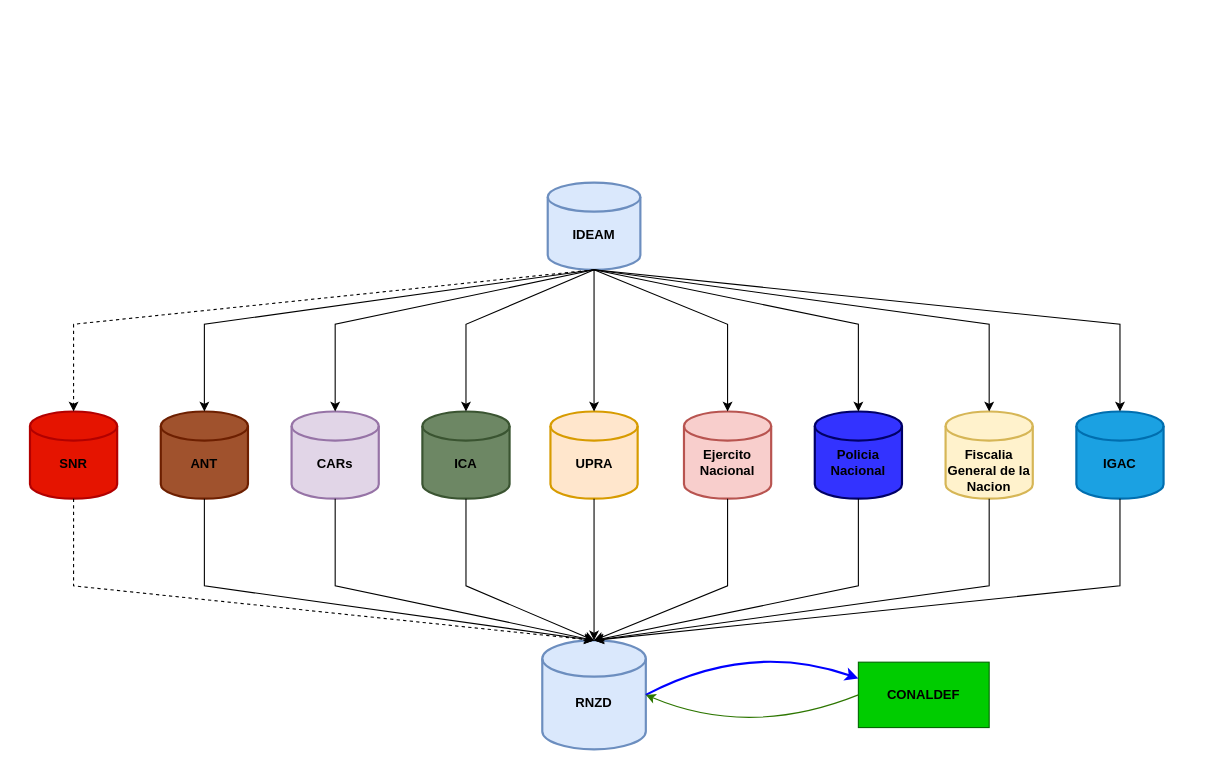
Before: page "Fuentes-Informacion-RNZD" (1 of 2) of Data-flow.drawio in jcmartinmu/bayes_cluster, a draw.io diagram. Source tidied: cells renumbered, new cells numbered last; positions are measured from the earlier drawing's top-left corner, leaving out a move shared by most shapes. Both pictures are drawn from the tidied source at 109%, with x=0, y=0 at pixel (29, 182).
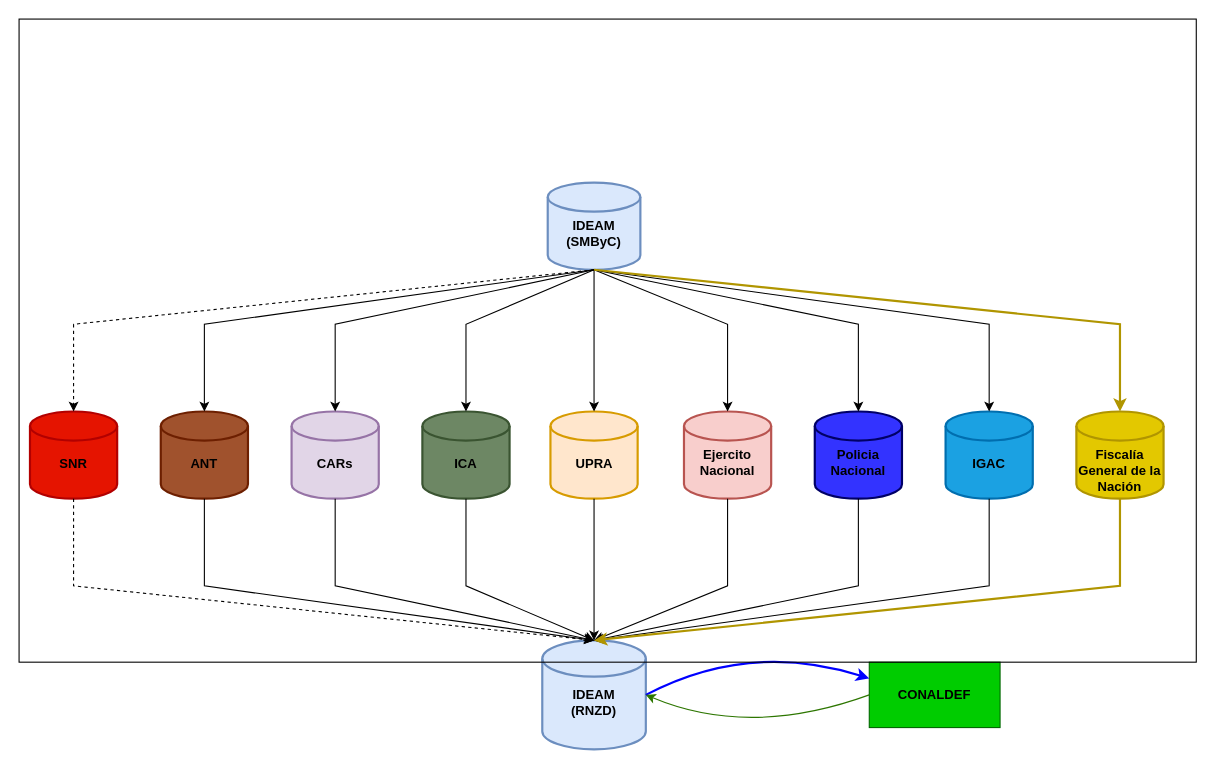
The same page after the edit.

Change to the diagram source:
```diff
@@
-    <mxCell id="2" value="&lt;b&gt;&lt;br&gt;RNZD&lt;/b&gt;" style="strokeWidth=2;html=1;shape=mxgraph.flowchart.database;whiteSpace=wrap;fillColor=#dae8fc;strokeColor=#6c8ebf;" parent="1" vertex="1">
+    <mxCell id="2" value="&lt;b&gt;&lt;br&gt;IDEAM&lt;br&gt;(RNZD)&lt;/b&gt;" style="strokeWidth=2;html=1;shape=mxgraph.flowchart.database;whiteSpace=wrap;fillColor=#dae8fc;strokeColor=#6c8ebf;" parent="1" vertex="1">
       <mxGeometry x="470" y="420" width="95" height="100" as="geometry" />
     </mxCell>
-    <mxCell id="3" value="&lt;br&gt;&lt;b&gt;IDEAM&lt;/b&gt;" style="strokeWidth=2;html=1;shape=mxgraph.flowchart.database;whiteSpace=wrap;fillColor=#dae8fc;strokeColor=#6c8ebf;" parent="1" vertex="1">
+    <mxCell id="3" value="&lt;br&gt;&lt;b&gt;IDEAM&lt;br&gt;(SMByC)&lt;br&gt;&lt;/b&gt;" style="strokeWidth=2;html=1;shape=mxgraph.flowchart.database;whiteSpace=wrap;fillColor=#dae8fc;strokeColor=#6c8ebf;" parent="1" vertex="1">
       <mxGeometry x="475" width="85" height="80" as="geometry" />
     </mxCell>
@@
-    <mxCell id="10" value="&lt;b&gt;&lt;br&gt;&lt;br&gt;Fiscalia General de la Nacion&lt;/b&gt;" style="strokeWidth=2;html=1;shape=mxgraph.flowchart.database;whiteSpace=wrap;fillColor=#fff2cc;strokeColor=#d6b656;" parent="1" vertex="1">
+    <mxCell id="10" value="&lt;font color=&quot;#000000&quot;&gt;&lt;b&gt;&lt;br&gt;IGAC&lt;/b&gt;&lt;/font&gt;" style="strokeWidth=2;html=1;shape=mxgraph.flowchart.database;whiteSpace=wrap;fillColor=#1ba1e2;strokeColor=#006EAF;fontColor=#ffffff;" parent="1" vertex="1">
       <mxGeometry x="840" y="210" width="80" height="80" as="geometry" />
     </mxCell>
-    <mxCell id="11" value="&lt;b&gt;&lt;font color=&quot;#000000&quot;&gt;&lt;br&gt;IGAC&lt;/font&gt;&lt;/b&gt;" style="strokeWidth=2;html=1;shape=mxgraph.flowchart.database;whiteSpace=wrap;fillColor=#1ba1e2;fontColor=#ffffff;strokeColor=#006EAF;" parent="1" vertex="1">
+    <mxCell id="11" value="&lt;br&gt;&lt;br&gt;&lt;b&gt;&lt;font color=&quot;#000000&quot;&gt;Fiscalía General de la Nación&lt;/font&gt;&lt;/b&gt;" style="strokeWidth=2;html=1;shape=mxgraph.flowchart.database;whiteSpace=wrap;fillColor=#e3c800;fontColor=#000000;strokeColor=#B09500;" parent="1" vertex="1">
       <mxGeometry x="960" y="210" width="80" height="80" as="geometry" />
     </mxCell>
@@
-    <mxCell id="19" style="endArrow=classic;html=1;rounded=0;exitX=0.5;exitY=1;exitDx=0;exitDy=0;exitPerimeter=0;entryX=0.5;entryY=0;entryDx=0;entryDy=0;entryPerimeter=0;" parent="1" edge="1" source="11" target="2">
+    <mxCell id="19" style="endArrow=classic;html=1;rounded=0;exitX=0.5;exitY=1;exitDx=0;exitDy=0;exitPerimeter=0;entryX=0.5;entryY=0;entryDx=0;entryDy=0;entryPerimeter=0;fillColor=#e3c800;strokeColor=#B09500;strokeWidth=2;" parent="1" edge="1" source="11" target="2">
       <mxGeometry relative="1" as="geometry">
         <Array as="points">
           <mxPoint x="1000" y="370" />
         </Array>
       </mxGeometry>
     </mxCell>
@@
-    <mxCell id="26" style="endArrow=classic;html=1;rounded=0;exitX=0.5;exitY=1;exitDx=0;exitDy=0;exitPerimeter=0;entryX=0.5;entryY=0;entryDx=0;entryDy=0;entryPerimeter=0;" parent="1" edge="1" source="3" target="11">
+    <mxCell id="26" style="endArrow=classic;html=1;rounded=0;exitX=0.5;exitY=1;exitDx=0;exitDy=0;exitPerimeter=0;entryX=0.5;entryY=0;entryDx=0;entryDy=0;entryPerimeter=0;fillColor=#e3c800;strokeColor=#B09500;strokeWidth=2;" parent="1" edge="1" source="3" target="11">
       <mxGeometry relative="1" as="geometry">
         <Array as="points">
           <mxPoint x="1000" y="130" />
         </Array>
       </mxGeometry>
     </mxCell>
@@
     <mxCell id="31" value="&lt;b&gt;CONALDEF&lt;/b&gt;" style="rounded=0;whiteSpace=wrap;html=1;fillColor=#00CC00;strokeColor=#006600;" parent="1" vertex="1">
-      <mxGeometry x="760" y="440" width="120" height="60" as="geometry" />
+      <mxGeometry x="770" y="440" width="120" height="60" as="geometry" />
     </mxCell>
@@
+    <mxCell id="34" style="rounded=0;whiteSpace=wrap;html=1;fillColor=none;" parent="1" vertex="1">
+      <mxGeometry x="-10" y="-150" width="1080" height="590" as="geometry" />
+    </mxCell>
```
